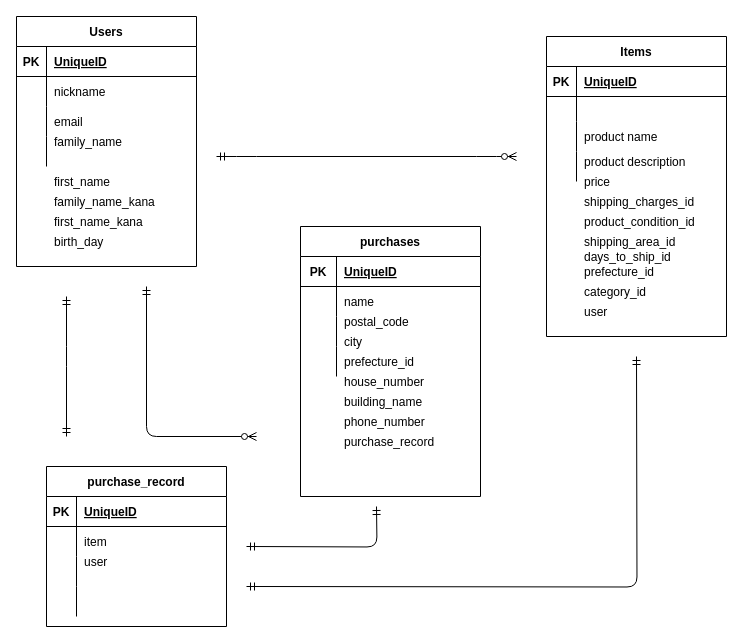
YAIBA4869/furima-36468 keeps this draw.io diagram as test.dio. Above is the earlier version. Source tidied: cells renumbered, new cells numbered last; positions are measured from the earlier drawing's top-left corner, leaving out a move shared by most shapes. Both pictures are drawn from the tidied source at 100%, with x=0, y=0 at pixel (16, 16).
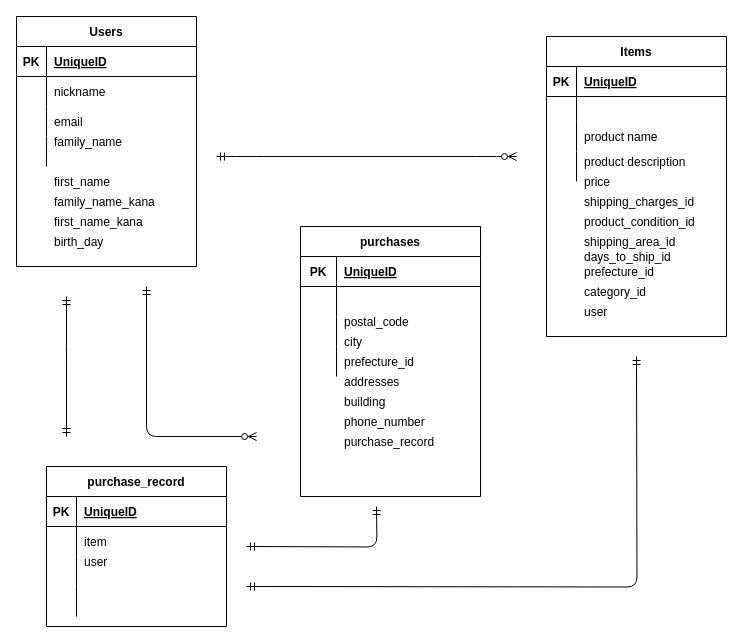
The same page after the edit.

The change refers to these unchanged cells:
```xml
<mxCell id="32" style="shape=partialRectangle;fillColor=none;top=0;left=0;bottom=0;right=0;" parent="28" vertex="1">
  <mxGeometry y="60" width="180" height="30" as="geometry" />
</mxCell>
```

The edit, as a diff of the source:
```diff
@@
-    <mxCell id="34" value="name" style="shape=partialRectangle;fillColor=none;top=0;left=0;bottom=0;right=0;align=left;spacingLeft=6;overflow=hidden;" parent="32" vertex="1">
+    <mxCell id="34" style="shape=partialRectangle;fillColor=none;top=0;left=0;bottom=0;right=0;align=left;spacingLeft=6;overflow=hidden;" parent="32" vertex="1">
       <mxGeometry x="36" width="144" height="30" as="geometry" />
     </mxCell>
@@
-    <mxCell id="49" value="house_number" style="shape=partialRectangle;fillColor=none;top=0;left=0;bottom=0;right=0;align=left;spacingLeft=6;overflow=hidden;" parent="1" vertex="1">
+    <mxCell id="49" value="addresses" style="shape=partialRectangle;fillColor=none;top=0;left=0;bottom=0;right=0;align=left;spacingLeft=6;overflow=hidden;" parent="1" vertex="1">
       <mxGeometry x="320" y="350" width="150" height="30" as="geometry" />
     </mxCell>
@@
-    <mxCell id="51" value="building_name" style="shape=partialRectangle;fillColor=none;top=0;left=0;bottom=0;right=0;align=left;spacingLeft=6;overflow=hidden;" parent="1" vertex="1">
+    <mxCell id="51" value="building" style="shape=partialRectangle;fillColor=none;top=0;left=0;bottom=0;right=0;align=left;spacingLeft=6;overflow=hidden;" parent="1" vertex="1">
       <mxGeometry x="320" y="370" width="150" height="30" as="geometry" />
     </mxCell>
```
